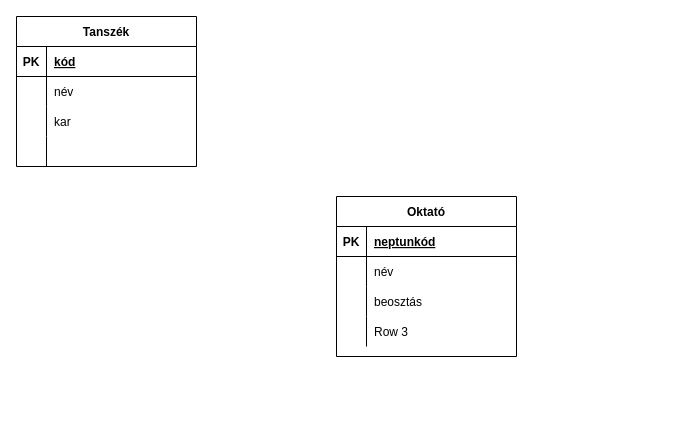
Above: HEPMIU_1004/hepmiu_4.1.2.drawio in urbanoliver/HEPMIU_DB1Gyak (draw.io), before the change. Source tidied: cells renumbered, new cells numbered last; positions are measured from the earlier drawing's top-left corner, leaving out a move shared by most shapes. Both pictures are drawn from the tidied source at 100%, with x=0, y=0 at pixel (16, 16).
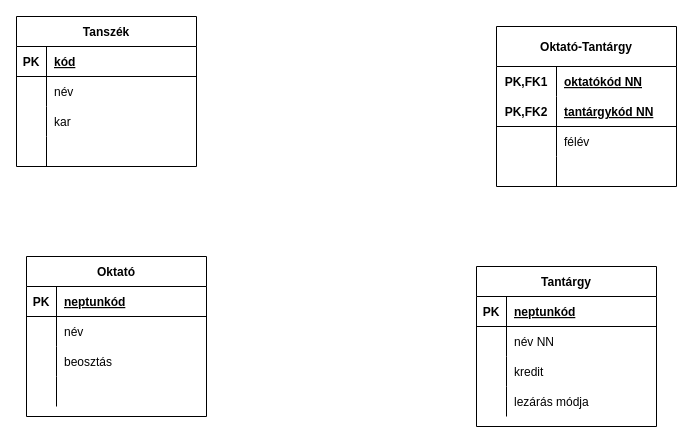
The same page after the edit.

Unchanged cells that the change refers to:
```xml
<mxCell id="25" style="shape=tableRow;horizontal=0;startSize=0;swimlaneHead=0;swimlaneBody=0;fillColor=none;top=0;left=0;right=0;bottom=0;" parent="15" vertex="1">
  <mxGeometry y="120" width="180" height="30" as="geometry" />
</mxCell>
```

The edit, as a diff of the source:
```diff
@@
     <mxCell id="15" value="Oktató" style="shape=table;startSize=30;childLayout=tableLayout;rowLines=0;fontStyle=1;align=center;" parent="1" vertex="1">
-      <mxGeometry x="320" y="180" width="180" height="160" as="geometry" />
+      <mxGeometry x="10" y="240" width="180" height="160" as="geometry" />
     </mxCell>
@@
-    <mxCell id="27" value="Row 3" style="shape=partialRectangle;fillColor=none;top=0;left=0;bottom=0;right=0;align=left;spacingLeft=6;overflow=hidden;" parent="25" vertex="1">
+    <mxCell id="27" style="shape=partialRectangle;fillColor=none;top=0;left=0;bottom=0;right=0;align=left;spacingLeft=6;overflow=hidden;" parent="25" vertex="1">
       <mxGeometry x="30" width="150" height="30" as="geometry" />
     </mxCell>
+    <mxCell id="28" value="Tantárgy" style="shape=table;startSize=30;childLayout=tableLayout;rowLines=0;fontStyle=1;align=center;" parent="1" vertex="1">
+      <mxGeometry x="460" y="250" width="180" height="160" as="geometry" />
+    </mxCell>
+    <mxCell id="29" style="shape=tableRow;horizontal=0;startSize=0;swimlaneHead=0;swimlaneBody=0;fillColor=none;top=0;left=0;right=0;bottom=1;" parent="28" vertex="1">
+      <mxGeometry y="30" width="180" height="30" as="geometry" />
+    </mxCell>
+    <mxCell id="30" value="PK" style="shape=partialRectangle;fillColor=none;top=0;left=0;bottom=0;right=0;fontStyle=1;overflow=hidden;" parent="29" vertex="1">
+      <mxGeometry width="30" height="30" as="geometry" />
+    </mxCell>
+    <mxCell id="31" value="neptunkód" style="shape=partialRectangle;fillColor=none;top=0;left=0;bottom=0;right=0;align=left;spacingLeft=6;fontStyle=5;overflow=hidden;" parent="29" vertex="1">
+      <mxGeometry x="30" width="150" height="30" as="geometry" />
+    </mxCell>
+    <mxCell id="32" style="shape=tableRow;horizontal=0;startSize=0;swimlaneHead=0;swimlaneBody=0;fillColor=none;top=0;left=0;right=0;bottom=0;" parent="28" vertex="1">
+      <mxGeometry y="60" width="180" height="30" as="geometry" />
+    </mxCell>
+    <mxCell id="33" style="shape=partialRectangle;fillColor=none;top=0;left=0;bottom=0;right=0;overflow=hidden;" parent="32" vertex="1">
+      <mxGeometry width="30" height="30" as="geometry" />
+    </mxCell>
+    <mxCell id="34" value="név NN" style="shape=partialRectangle;fillColor=none;top=0;left=0;bottom=0;right=0;align=left;spacingLeft=6;overflow=hidden;" parent="32" vertex="1">
+      <mxGeometry x="30" width="150" height="30" as="geometry" />
+    </mxCell>
+    <mxCell id="35" style="shape=tableRow;horizontal=0;startSize=0;swimlaneHead=0;swimlaneBody=0;fillColor=none;top=0;left=0;right=0;bottom=0;" parent="28" vertex="1">
+      <mxGeometry y="90" width="180" height="30" as="geometry" />
+    </mxCell>
+    <mxCell id="36" style="shape=partialRectangle;fillColor=none;top=0;left=0;bottom=0;right=0;overflow=hidden;" parent="35" vertex="1">
+      <mxGeometry width="30" height="30" as="geometry" />
+    </mxCell>
+    <mxCell id="37" value="kredit" style="shape=partialRectangle;fillColor=none;top=0;left=0;bottom=0;right=0;align=left;spacingLeft=6;overflow=hidden;" parent="35" vertex="1">
+      <mxGeometry x="30" width="150" height="30" as="geometry" />
+    </mxCell>
+    <mxCell id="38" style="shape=tableRow;horizontal=0;startSize=0;swimlaneHead=0;swimlaneBody=0;fillColor=none;top=0;left=0;right=0;bottom=0;" parent="28" vertex="1">
+      <mxGeometry y="120" width="180" height="30" as="geometry" />
+    </mxCell>
+    <mxCell id="39" style="shape=partialRectangle;fillColor=none;top=0;left=0;bottom=0;right=0;overflow=hidden;" parent="38" vertex="1">
+      <mxGeometry width="30" height="30" as="geometry" />
+    </mxCell>
+    <mxCell id="40" value="lezárás módja" style="shape=partialRectangle;fillColor=none;top=0;left=0;bottom=0;right=0;align=left;spacingLeft=6;overflow=hidden;" parent="38" vertex="1">
+      <mxGeometry x="30" width="150" height="30" as="geometry" />
+    </mxCell>
+    <mxCell id="41" value="Oktató-Tantárgy" style="shape=table;startSize=40;childLayout=tableLayout;rowLines=0;fontStyle=1;align=center;" parent="1" vertex="1">
+      <mxGeometry x="480" y="10" width="180" height="160" as="geometry" />
+    </mxCell>
+    <mxCell id="42" style="shape=tableRow;horizontal=0;startSize=0;swimlaneHead=0;swimlaneBody=0;fillColor=none;top=0;left=0;right=0;bottom=0;" parent="41" vertex="1">
+      <mxGeometry y="40" width="180" height="30" as="geometry" />
+    </mxCell>
+    <mxCell id="43" value="PK,FK1" style="shape=partialRectangle;fillColor=none;top=0;left=0;bottom=0;right=0;fontStyle=1;overflow=hidden;" parent="42" vertex="1">
+      <mxGeometry width="60" height="30" as="geometry" />
+    </mxCell>
+    <mxCell id="44" value="oktatókód NN" style="shape=partialRectangle;fillColor=none;top=0;left=0;bottom=0;right=0;align=left;spacingLeft=6;fontStyle=5;overflow=hidden;" parent="42" vertex="1">
+      <mxGeometry x="60" width="120" height="30" as="geometry" />
+    </mxCell>
+    <mxCell id="45" style="shape=tableRow;horizontal=0;startSize=0;swimlaneHead=0;swimlaneBody=0;fillColor=none;top=0;left=0;right=0;bottom=1;" parent="41" vertex="1">
+      <mxGeometry y="70" width="180" height="30" as="geometry" />
+    </mxCell>
+    <mxCell id="46" value="PK,FK2" style="shape=partialRectangle;fillColor=none;top=0;left=0;bottom=0;right=0;fontStyle=1;overflow=hidden;" parent="45" vertex="1">
+      <mxGeometry width="60" height="30" as="geometry" />
+    </mxCell>
+    <mxCell id="47" value="tantárgykód NN" style="shape=partialRectangle;fillColor=none;top=0;left=0;bottom=0;right=0;align=left;spacingLeft=6;fontStyle=5;overflow=hidden;" parent="45" vertex="1">
+      <mxGeometry x="60" width="120" height="30" as="geometry" />
+    </mxCell>
+    <mxCell id="48" style="shape=tableRow;horizontal=0;startSize=0;swimlaneHead=0;swimlaneBody=0;fillColor=none;top=0;left=0;right=0;bottom=0;" parent="41" vertex="1">
+      <mxGeometry y="100" width="180" height="30" as="geometry" />
+    </mxCell>
+    <mxCell id="49" style="shape=partialRectangle;fillColor=none;top=0;left=0;bottom=0;right=0;overflow=hidden;" parent="48" vertex="1">
+      <mxGeometry width="60" height="30" as="geometry" />
+    </mxCell>
+    <mxCell id="50" value="félév" style="shape=partialRectangle;fillColor=none;top=0;left=0;bottom=0;right=0;align=left;spacingLeft=6;overflow=hidden;" parent="48" vertex="1">
+      <mxGeometry x="60" width="120" height="30" as="geometry" />
+    </mxCell>
+    <mxCell id="51" style="shape=tableRow;horizontal=0;startSize=0;swimlaneHead=0;swimlaneBody=0;fillColor=none;top=0;left=0;right=0;bottom=0;" parent="41" vertex="1">
+      <mxGeometry y="130" width="180" height="30" as="geometry" />
+    </mxCell>
+    <mxCell id="52" style="shape=partialRectangle;fillColor=none;top=0;left=0;bottom=0;right=0;overflow=hidden;" parent="51" vertex="1">
+      <mxGeometry width="60" height="30" as="geometry" />
+    </mxCell>
+    <mxCell id="53" style="shape=partialRectangle;fillColor=none;top=0;left=0;bottom=0;right=0;align=left;spacingLeft=6;overflow=hidden;" parent="51" vertex="1">
+      <mxGeometry x="60" width="120" height="30" as="geometry" />
+    </mxCell>
```
